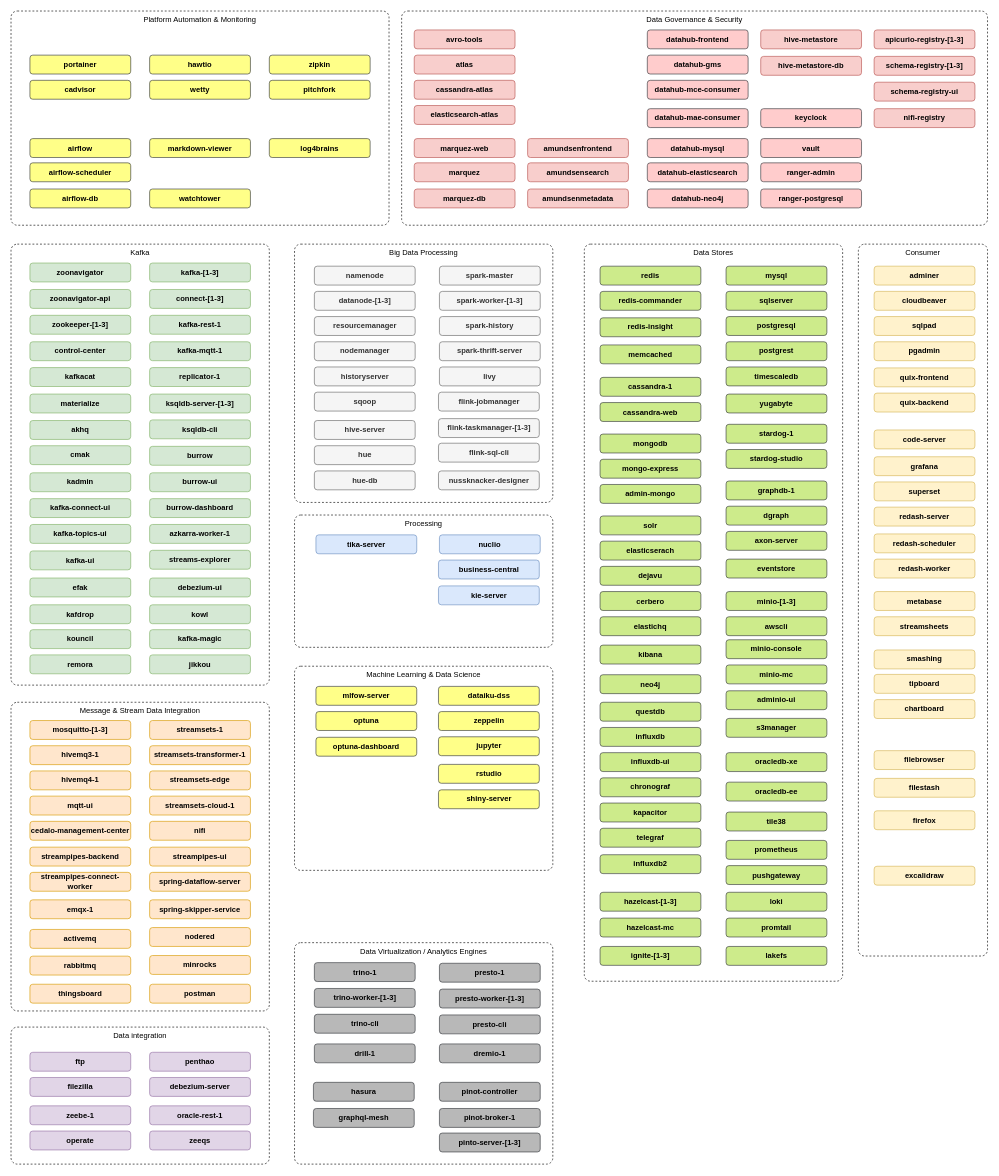
Above: page "Services" (1 of 4) of documentation/drawio/modern-data-platform.drawio in TrivadisPF/platys-modern-data-platform (draw.io), before the change. Source tidied: cells renumbered, new cells numbered last; positions are measured from the earlier drawing's top-left corner, leaving out a move shared by most shapes. Both pictures are drawn from the tidied source at 63%, with x=0, y=0 at pixel (11, 11).
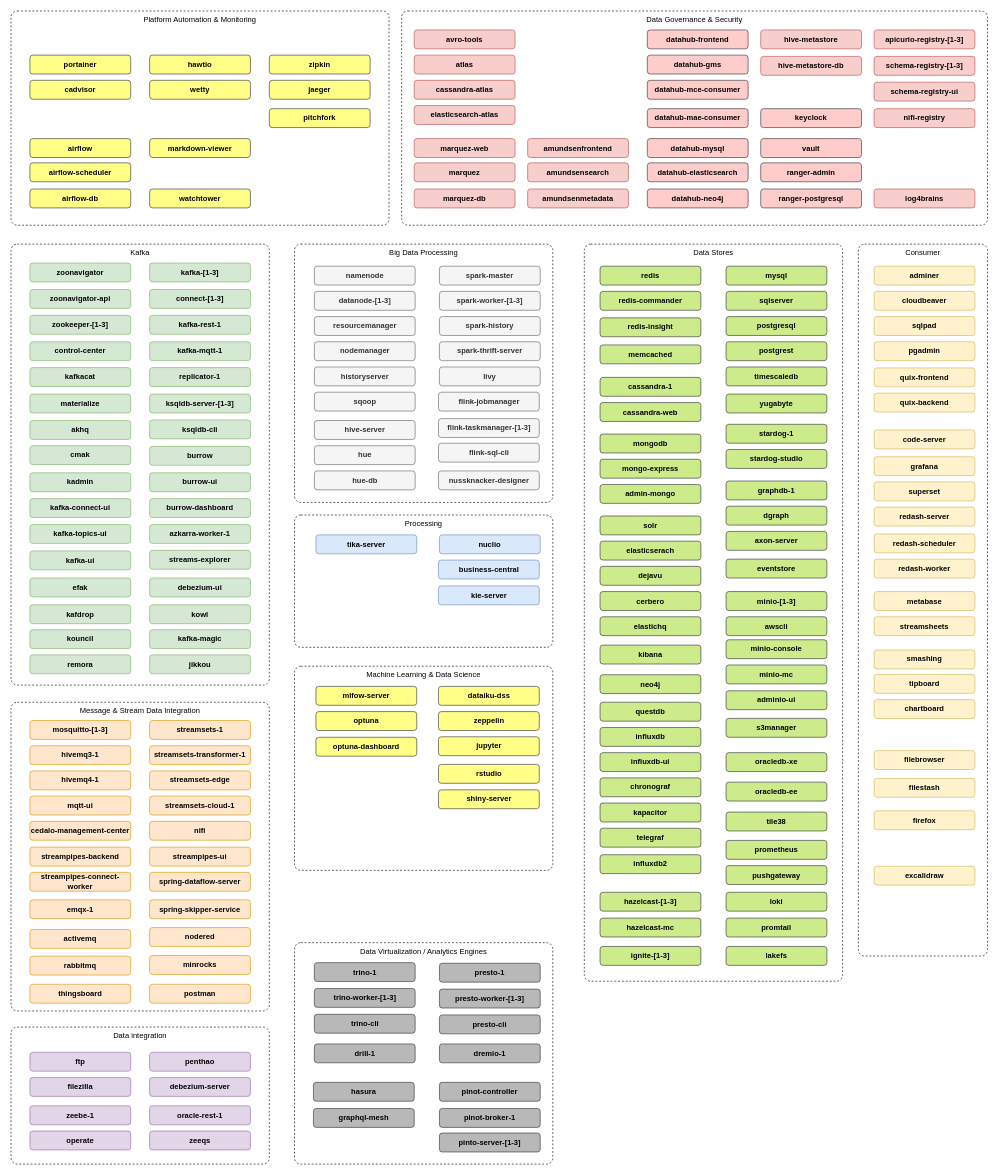
Above is the later version.

The edit, as a diff of the source:
```diff
@@
-    <mxCell id="177" value="log4brains" style="rounded=1;whiteSpace=wrap;html=1;fillColor=#ffff88;strokeColor=#36393d;fontStyle=1;" parent="1" vertex="1">
-      <mxGeometry x="410" y="202.5" width="160" height="30" as="geometry" />
+    <mxCell id="177" value="log4brains" style="rounded=1;whiteSpace=wrap;html=1;fillColor=#f8cecc;strokeColor=#b85450;fontStyle=1;" parent="1" vertex="1">
+      <mxGeometry x="1370" y="282.5" width="160" height="30" as="geometry" />
     </mxCell>
@@
-    <mxCell id="230" value="pitchfork" style="rounded=1;whiteSpace=wrap;html=1;fillColor=#ffff88;strokeColor=#36393d;fontStyle=1;" parent="1" vertex="1">
+    <mxCell id="230" value="jaeger" style="rounded=1;whiteSpace=wrap;html=1;fillColor=#ffff88;strokeColor=#36393d;fontStyle=1;" parent="1" vertex="1">
       <mxGeometry x="410" y="110" width="160" height="30" as="geometry" />
     </mxCell>
+    <mxCell id="231" value="pitchfork" style="rounded=1;whiteSpace=wrap;html=1;fillColor=#ffff88;strokeColor=#36393d;fontStyle=1;" parent="1" vertex="1">
+      <mxGeometry x="410" y="155" width="160" height="30" as="geometry" />
+    </mxCell>
```
